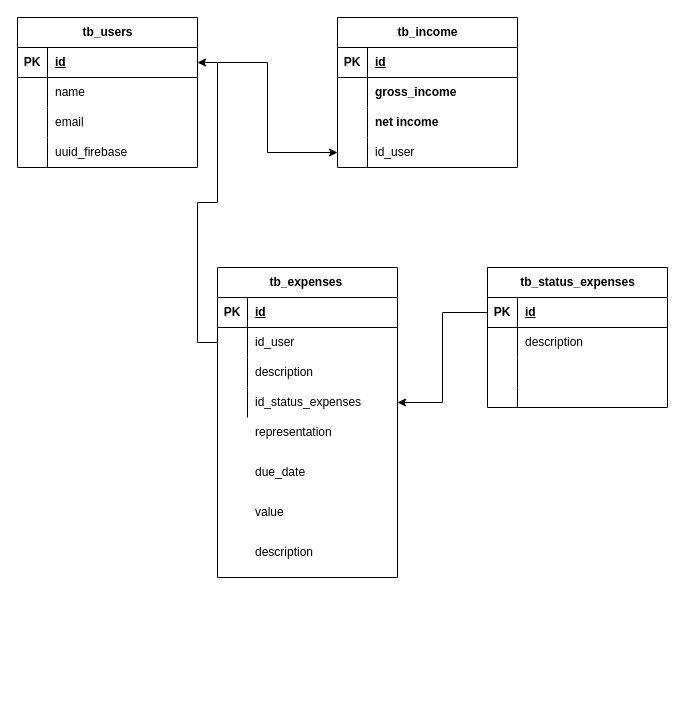
Above: Diagrama sem nome.drawio in everton-ribeiro/npm-package-test (draw.io), before the change. Source tidied: cells renumbered, new cells numbered last; positions are measured from the earlier drawing's top-left corner, leaving out a move shared by most shapes. Both pictures are drawn from the tidied source at 100%, with x=0, y=0 at pixel (17, 17).
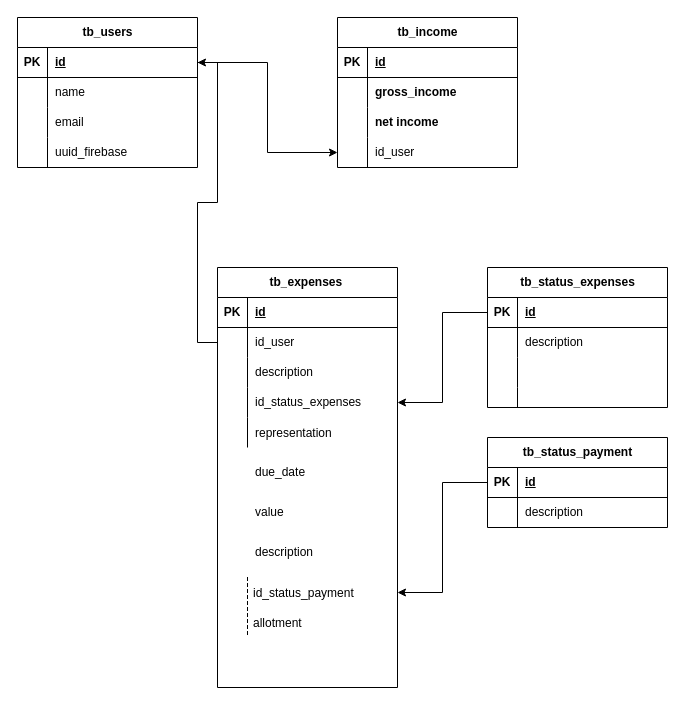
The same diagram, later.

Change to the diagram source:
```diff
@@
     <mxCell id="29" value="tb_&lt;b style=&quot;font-family: Arial, Helvetica, sans-serif; text-align: start; text-indent: -18px; background-color: rgb(255, 255, 255);&quot;&gt;expenses&lt;/b&gt;&amp;nbsp;" style="shape=table;startSize=30;childLayout=tableLayout;rowLines=0;fontStyle=1;align=center;html=1;" parent="1" vertex="1">
-      <mxGeometry x="200" y="250" width="180" height="310" as="geometry" />
+      <mxGeometry x="200" y="250" width="180" height="420" as="geometry" />
     </mxCell>
@@
+    <mxCell id="63" style="shape=tableRow;horizontal=0;startSize=0;swimlaneHead=0;swimlaneBody=0;fillColor=none;top=0;left=0;right=0;bottom=0;" parent="29" vertex="1">
+      <mxGeometry y="150" width="180" height="30" as="geometry" />
+    </mxCell>
+    <mxCell id="64" style="shape=partialRectangle;fillColor=none;top=0;left=0;bottom=0;right=0;overflow=hidden;" parent="63" vertex="1">
+      <mxGeometry width="30" height="30" as="geometry" />
+    </mxCell>
-    <mxCell id="42" value="representation" style="shape=partialRectangle;fillColor=none;top=0;left=0;bottom=0;right=0;align=left;spacingLeft=6;overflow=hidden;whiteSpace=wrap;html=1;" parent="1" vertex="1">
-      <mxGeometry x="230" y="400" width="150" height="30" as="geometry" />
+    <mxCell id="42" value="representation" style="shape=partialRectangle;fillColor=none;top=0;left=0;bottom=0;right=0;align=left;spacingLeft=6;overflow=hidden;" parent="63" vertex="1">
+      <mxGeometry x="30" width="150" height="30" as="geometry" />
     </mxCell>
@@
+    <mxCell id="65" value="tb_status_payment" style="shape=table;startSize=30;childLayout=tableLayout;rowLines=0;fontStyle=1;align=center;html=1;" parent="1" vertex="1">
+      <mxGeometry x="470" y="420" width="180" height="90" as="geometry" />
+    </mxCell>
+    <mxCell id="66" style="shape=tableRow;horizontal=0;startSize=0;swimlaneHead=0;swimlaneBody=0;fillColor=none;points=[[0,0.5],[1,0.5]];portConstraint=eastwest;top=0;left=0;right=0;bottom=1;" parent="65" vertex="1">
+      <mxGeometry y="30" width="180" height="30" as="geometry" />
+    </mxCell>
+    <mxCell id="67" value="PK" style="shape=partialRectangle;fillColor=none;top=0;left=0;bottom=0;right=0;fontStyle=1;overflow=hidden;whiteSpace=wrap;html=1;" parent="66" vertex="1">
+      <mxGeometry width="30" height="30" as="geometry" />
+    </mxCell>
+    <mxCell id="68" value="id" style="shape=partialRectangle;fillColor=none;top=0;left=0;bottom=0;right=0;align=left;spacingLeft=6;fontStyle=5;overflow=hidden;whiteSpace=wrap;html=1;" parent="66" vertex="1">
+      <mxGeometry x="30" width="150" height="30" as="geometry" />
+    </mxCell>
+    <mxCell id="69" style="shape=tableRow;horizontal=0;startSize=0;swimlaneHead=0;swimlaneBody=0;fillColor=none;top=0;left=0;right=0;bottom=0;" parent="65" vertex="1">
+      <mxGeometry y="60" width="180" height="30" as="geometry" />
+    </mxCell>
+    <mxCell id="70" style="shape=partialRectangle;fillColor=none;top=0;left=0;bottom=0;right=0;overflow=hidden;whiteSpace=wrap;html=1;" parent="69" vertex="1">
+      <mxGeometry width="30" height="30" as="geometry" />
+    </mxCell>
+    <mxCell id="71" value="description" style="shape=partialRectangle;fillColor=none;top=0;left=0;bottom=0;right=0;align=left;spacingLeft=6;overflow=hidden;whiteSpace=wrap;html=1;" parent="69" vertex="1">
+      <mxGeometry x="30" width="150" height="30" as="geometry" />
+    </mxCell>
+    <mxCell id="72" value="id_status_payment" style="shape=partialRectangle;fillColor=none;align=left;verticalAlign=middle;strokeColor=none;spacingLeft=34;points=[[0,0.5],[1,0.5]];portConstraint=eastwest;" parent="1" vertex="1">
+      <mxGeometry x="200" y="560" width="180" height="30" as="geometry" />
+    </mxCell>
+    <mxCell id="73" style="shape=partialRectangle;top=0;left=0;bottom=0;fillColor=none;stokeWidth=1;dashed=1;align=left;verticalAlign=middle;spacingLeft=4;spacingRight=4;overflow=hidden;" parent="72" vertex="1">
+      <mxGeometry width="30" height="30" as="geometry" />
+    </mxCell>
+    <mxCell id="74" style="edgeStyle=orthogonalEdgeStyle;rounded=0;jettySize=auto;html=1;" parent="1" edge="1" source="66" target="72">
+      <mxGeometry relative="1" as="geometry" />
+    </mxCell>
+    <mxCell id="75" value="allotment" style="shape=partialRectangle;fillColor=none;align=left;verticalAlign=middle;strokeColor=none;spacingLeft=34;" parent="1" vertex="1">
+      <mxGeometry x="200" y="590" width="180" height="30" as="geometry" />
+    </mxCell>
+    <mxCell id="76" style="shape=partialRectangle;top=0;left=0;bottom=0;fillColor=none;stokeWidth=1;dashed=1;align=left;verticalAlign=middle;spacingLeft=4;spacingRight=4;overflow=hidden;" parent="75" vertex="1">
+      <mxGeometry width="30" height="30" as="geometry" />
+    </mxCell>
```
